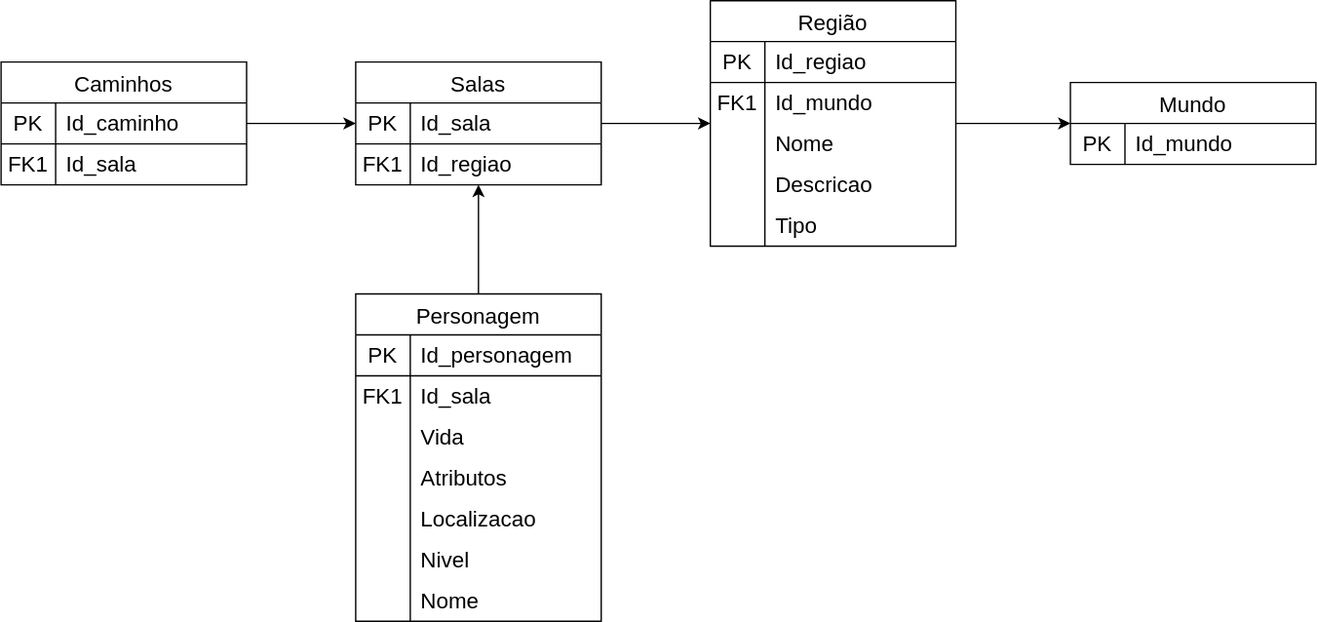
This is docs/modulo_01/MER.drawio.svg from SBD1/2024.2-D-D-classico, a draw.io export, as it was before one commit. Source tidied: cells renumbered, new cells last; positions are measured from the earlier drawing's top-left corner, leaving out a move shared by most shapes.
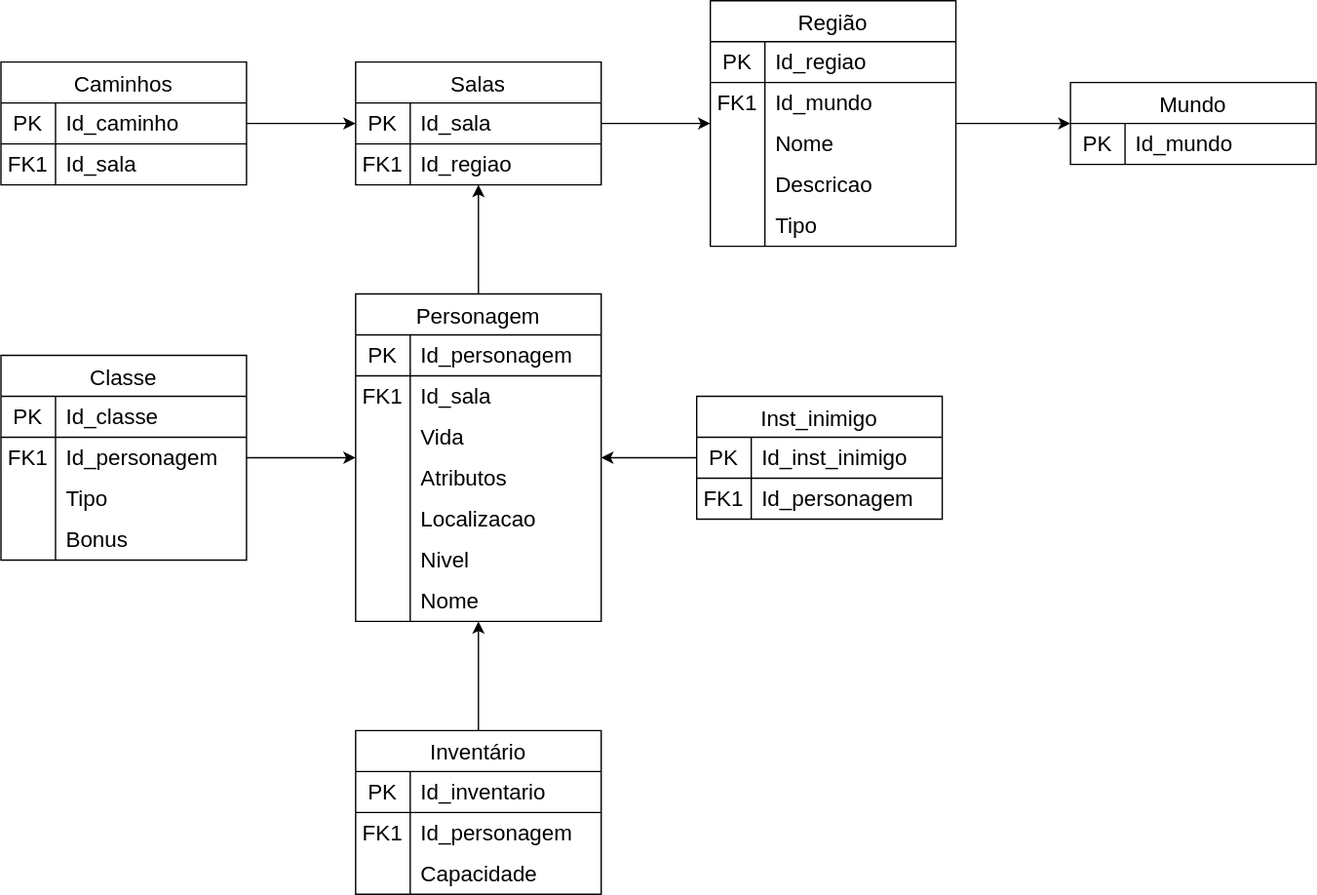
Later version of the same file.

Commit message:
Adiciona as tabelas classe, inventario e inst do inimigoMER.drawio.svg

The edit, as a diff of the source:
```diff
@@ -125,6 +125,15 @@
     <mxCell id="42" style="line;strokeWidth=1;html=1;" parent="1" vertex="1">
       <mxGeometry y="100" width="180" height="10" as="geometry" />
     </mxCell>
+    <mxCell id="66" style="edgeStyle=orthogonalEdgeStyle;rounded=0;jettySize=auto;html=1;" parent="1" edge="1" source="69" target="43">
+      <mxGeometry relative="1" as="geometry" />
+    </mxCell>
+    <mxCell id="67" style="edgeStyle=orthogonalEdgeStyle;rounded=0;jettySize=auto;html=1;" parent="1" edge="1" source="80" target="43">
+      <mxGeometry relative="1" as="geometry" />
+    </mxCell>
+    <mxCell id="68" style="edgeStyle=orthogonalEdgeStyle;rounded=0;jettySize=auto;html=1;" parent="1" edge="1" source="88" target="43">
+      <mxGeometry relative="1" as="geometry" />
+    </mxCell>
     <mxCell id="43" value="Personagem" style="shape=table;startSize=30;rowLines=0;fontStyle=0;strokeColor=default;fontSize=16;" parent="1" vertex="1">
       <mxGeometry x="260" y="215" width="180" height="240" as="geometry" />
     </mxCell>
@@ -194,5 +203,104 @@
     <mxCell id="65" style="line;strokeWidth=1;html=1;" parent="1" vertex="1">
       <mxGeometry x="260" y="270" width="180" height="10" as="geometry" />
     </mxCell>
+    <mxCell id="69" value="Inventário" style="shape=table;startSize=30;rowLines=0;fontStyle=0;strokeColor=default;fontSize=16;" parent="1" vertex="1">
+      <mxGeometry x="260" y="535" width="180" height="120" as="geometry" />
+    </mxCell>
+    <mxCell id="70" style="shape=tableRow;horizontal=0;startSize=0;swimlaneHead=0;swimlaneBody=0;top=0;left=0;bottom=0;right=0;fillColor=none;strokeColor=inherit;fontSize=16;" parent="69" vertex="1">
+      <mxGeometry y="30" width="180" height="30" as="geometry" />
+    </mxCell>
+    <mxCell id="71" value="PK" style="shape=partialRectangle;html=1;whiteSpace=wrap;fillColor=none;top=0;left=0;bottom=0;right=0;overflow=hidden;strokeColor=default;fontSize=16;perimeterSpacing=1;" parent="70" vertex="1">
+      <mxGeometry width="40" height="30" as="geometry" />
+    </mxCell>
+    <mxCell id="72" value="Id_inventario" style="shape=partialRectangle;html=1;whiteSpace=wrap;fillColor=none;top=0;left=0;bottom=0;right=0;align=left;spacingLeft=6;overflow=hidden;strokeColor=default;fontSize=16;perimeterSpacing=1;" parent="70" vertex="1">
+      <mxGeometry x="40" width="140" height="30" as="geometry" />
+    </mxCell>
+    <mxCell id="73" style="shape=tableRow;horizontal=0;startSize=0;swimlaneHead=0;swimlaneBody=0;top=0;left=0;bottom=0;right=0;fillColor=none;strokeColor=inherit;fontSize=16;" parent="69" vertex="1">
+      <mxGeometry y="60" width="180" height="30" as="geometry" />
+    </mxCell>
+    <mxCell id="74" value="FK1" style="shape=partialRectangle;html=1;whiteSpace=wrap;fillColor=none;top=0;left=0;bottom=0;right=0;overflow=hidden;strokeColor=inherit;fontSize=16;" parent="73" vertex="1">
+      <mxGeometry width="40" height="30" as="geometry" />
+    </mxCell>
+    <mxCell id="75" value="Id_personagem" style="shape=partialRectangle;html=1;whiteSpace=wrap;fillColor=none;top=0;left=0;bottom=0;right=0;align=left;spacingLeft=6;overflow=hidden;strokeColor=inherit;fontSize=16;" parent="73" vertex="1">
+      <mxGeometry x="40" width="140" height="30" as="geometry" />
+    </mxCell>
+    <mxCell id="76" style="shape=tableRow;horizontal=0;startSize=0;swimlaneHead=0;swimlaneBody=0;top=0;left=0;bottom=0;right=0;fillColor=none;strokeColor=inherit;fontSize=16;" parent="69" vertex="1">
+      <mxGeometry y="90" width="180" height="30" as="geometry" />
+    </mxCell>
+    <mxCell id="77" style="shape=partialRectangle;html=1;whiteSpace=wrap;fillColor=none;top=0;left=0;bottom=0;right=0;overflow=hidden;strokeColor=inherit;fontSize=16;" parent="76" vertex="1">
+      <mxGeometry width="40" height="30" as="geometry" />
+    </mxCell>
+    <mxCell id="78" value="Capacidade" style="shape=partialRectangle;html=1;whiteSpace=wrap;fillColor=none;top=0;left=0;bottom=0;right=0;align=left;spacingLeft=6;overflow=hidden;strokeColor=inherit;fontSize=16;" parent="76" vertex="1">
+      <mxGeometry x="40" width="140" height="30" as="geometry" />
+    </mxCell>
+    <mxCell id="79" style="line;strokeWidth=1;html=1;" parent="1" vertex="1">
+      <mxGeometry x="260" y="590" width="180" height="10" as="geometry" />
+    </mxCell>
+    <mxCell id="80" value="Inst_inimigo" style="shape=table;startSize=30;rowLines=0;fontStyle=0;strokeColor=default;fontSize=16;" parent="1" vertex="1">
+      <mxGeometry x="510" y="290" width="180" height="90" as="geometry" />
+    </mxCell>
+    <mxCell id="81" style="shape=tableRow;horizontal=0;startSize=0;swimlaneHead=0;swimlaneBody=0;top=0;left=0;bottom=0;right=0;fillColor=none;strokeColor=inherit;fontSize=16;" parent="80" vertex="1">
+      <mxGeometry y="30" width="180" height="30" as="geometry" />
+    </mxCell>
+    <mxCell id="82" value="PK" style="shape=partialRectangle;html=1;whiteSpace=wrap;fillColor=none;top=0;left=0;bottom=0;right=0;overflow=hidden;strokeColor=default;fontSize=16;perimeterSpacing=1;" parent="81" vertex="1">
+      <mxGeometry width="40" height="30" as="geometry" />
+    </mxCell>
+    <mxCell id="83" value="Id_inst_inimigo" style="shape=partialRectangle;html=1;whiteSpace=wrap;fillColor=none;top=0;left=0;bottom=0;right=0;align=left;spacingLeft=6;overflow=hidden;strokeColor=default;fontSize=16;perimeterSpacing=1;" parent="81" vertex="1">
+      <mxGeometry x="40" width="140" height="30" as="geometry" />
+    </mxCell>
+    <mxCell id="84" style="shape=tableRow;horizontal=0;startSize=0;swimlaneHead=0;swimlaneBody=0;top=0;left=0;bottom=0;right=0;fillColor=none;strokeColor=inherit;fontSize=16;" parent="80" vertex="1">
+      <mxGeometry y="60" width="180" height="30" as="geometry" />
+    </mxCell>
+    <mxCell id="85" value="FK1" style="shape=partialRectangle;html=1;whiteSpace=wrap;fillColor=none;top=0;left=0;bottom=0;right=0;overflow=hidden;strokeColor=inherit;fontSize=16;" parent="84" vertex="1">
+      <mxGeometry width="40" height="30" as="geometry" />
+    </mxCell>
+    <mxCell id="86" value="Id_personagem" style="shape=partialRectangle;html=1;whiteSpace=wrap;fillColor=none;top=0;left=0;bottom=0;right=0;align=left;spacingLeft=6;overflow=hidden;strokeColor=inherit;fontSize=16;" parent="84" vertex="1">
+      <mxGeometry x="40" width="140" height="30" as="geometry" />
+    </mxCell>
+    <mxCell id="87" style="line;strokeWidth=1;html=1;" parent="1" vertex="1">
+      <mxGeometry x="510" y="345" width="180" height="10" as="geometry" />
+    </mxCell>
+    <mxCell id="88" value="Classe" style="shape=table;startSize=30;rowLines=0;fontStyle=0;strokeColor=default;fontSize=16;" parent="1" vertex="1">
+      <mxGeometry y="260" width="180" height="150" as="geometry" />
+    </mxCell>
+    <mxCell id="89" style="shape=tableRow;horizontal=0;startSize=0;swimlaneHead=0;swimlaneBody=0;top=0;left=0;bottom=0;right=0;fillColor=none;strokeColor=inherit;fontSize=16;" parent="88" vertex="1">
+      <mxGeometry y="30" width="180" height="30" as="geometry" />
+    </mxCell>
+    <mxCell id="90" value="PK" style="shape=partialRectangle;html=1;whiteSpace=wrap;fillColor=none;top=0;left=0;bottom=0;right=0;overflow=hidden;strokeColor=default;fontSize=16;perimeterSpacing=1;" parent="89" vertex="1">
+      <mxGeometry width="40" height="30" as="geometry" />
+    </mxCell>
+    <mxCell id="91" value="Id_classe" style="shape=partialRectangle;html=1;whiteSpace=wrap;fillColor=none;top=0;left=0;bottom=0;right=0;align=left;spacingLeft=6;overflow=hidden;strokeColor=default;fontSize=16;perimeterSpacing=1;" parent="89" vertex="1">
+      <mxGeometry x="40" width="140" height="30" as="geometry" />
+    </mxCell>
+    <mxCell id="92" style="shape=tableRow;horizontal=0;startSize=0;swimlaneHead=0;swimlaneBody=0;top=0;left=0;bottom=0;right=0;fillColor=none;strokeColor=inherit;fontSize=16;" parent="88" vertex="1">
+      <mxGeometry y="60" width="180" height="30" as="geometry" />
+    </mxCell>
+    <mxCell id="93" value="FK1" style="shape=partialRectangle;html=1;whiteSpace=wrap;fillColor=none;top=0;left=0;bottom=0;right=0;overflow=hidden;strokeColor=inherit;fontSize=16;" parent="92" vertex="1">
+      <mxGeometry width="40" height="30" as="geometry" />
+    </mxCell>
+    <mxCell id="94" value="Id_personagem" style="shape=partialRectangle;html=1;whiteSpace=wrap;fillColor=none;top=0;left=0;bottom=0;right=0;align=left;spacingLeft=6;overflow=hidden;strokeColor=inherit;fontSize=16;" parent="92" vertex="1">
+      <mxGeometry x="40" width="140" height="30" as="geometry" />
+    </mxCell>
+    <mxCell id="95" style="shape=tableRow;horizontal=0;startSize=0;swimlaneHead=0;swimlaneBody=0;top=0;left=0;bottom=0;right=0;fillColor=none;strokeColor=inherit;fontSize=16;" parent="88" vertex="1">
+      <mxGeometry y="90" width="180" height="30" as="geometry" />
+    </mxCell>
+    <mxCell id="96" style="shape=partialRectangle;html=1;whiteSpace=wrap;fillColor=none;top=0;left=0;bottom=0;right=0;overflow=hidden;strokeColor=inherit;fontSize=16;" parent="95" vertex="1">
+      <mxGeometry width="40" height="30" as="geometry" />
+    </mxCell>
+    <mxCell id="97" value="Tipo" style="shape=partialRectangle;html=1;whiteSpace=wrap;fillColor=none;top=0;left=0;bottom=0;right=0;align=left;spacingLeft=6;overflow=hidden;strokeColor=inherit;fontSize=16;" parent="95" vertex="1">
+      <mxGeometry x="40" width="140" height="30" as="geometry" />
+    </mxCell>
+    <mxCell id="98" style="shape=tableRow;horizontal=0;startSize=0;swimlaneHead=0;swimlaneBody=0;top=0;left=0;bottom=0;right=0;fillColor=none;strokeColor=inherit;fontSize=16;" parent="88" vertex="1">
+      <mxGeometry y="120" width="180" height="30" as="geometry" />
+    </mxCell>
+    <mxCell id="99" style="shape=partialRectangle;html=1;whiteSpace=wrap;fillColor=none;top=0;left=0;bottom=0;right=0;overflow=hidden;strokeColor=inherit;fontSize=16;" parent="98" vertex="1">
+      <mxGeometry width="40" height="30" as="geometry" />
+    </mxCell>
+    <mxCell id="100" value="Bonus" style="shape=partialRectangle;html=1;whiteSpace=wrap;fillColor=none;top=0;left=0;bottom=0;right=0;align=left;spacingLeft=6;overflow=hidden;strokeColor=inherit;fontSize=16;" parent="98" vertex="1">
+      <mxGeometry x="40" width="140" height="30" as="geometry" />
+    </mxCell>
+    <mxCell id="101" style="line;strokeWidth=1;html=1;" parent="1" vertex="1">
+      <mxGeometry y="315" width="180" height="10" as="geometry" />
+    </mxCell>
   </root>
 </mxGraphModel>
```
